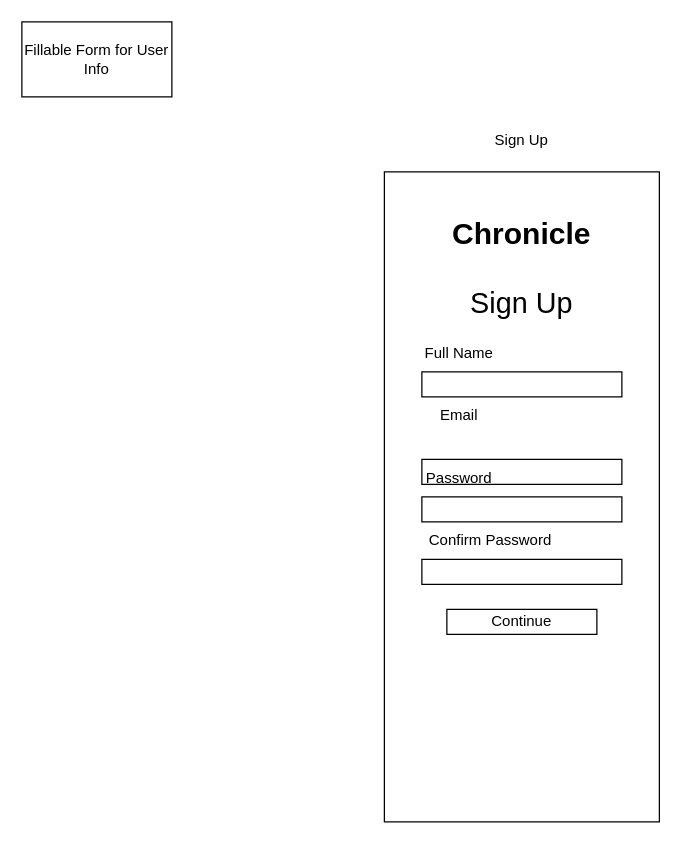
The draw.io diagram page "SignUp" (3 of 14) of Chronicle_Initial_App_Wireframe_Designs.drawio in Vaibhav-G-Parmar/Chronicle-Your-Ultimate-Travel-Companion, before the edit. Source tidied: cells renumbered, new cells numbered last; positions are measured from the earlier drawing's top-left corner, leaving out a move shared by most shapes. Both pictures are drawn from the tidied source at 125%, with x=0, y=0 at pixel (21, 21).
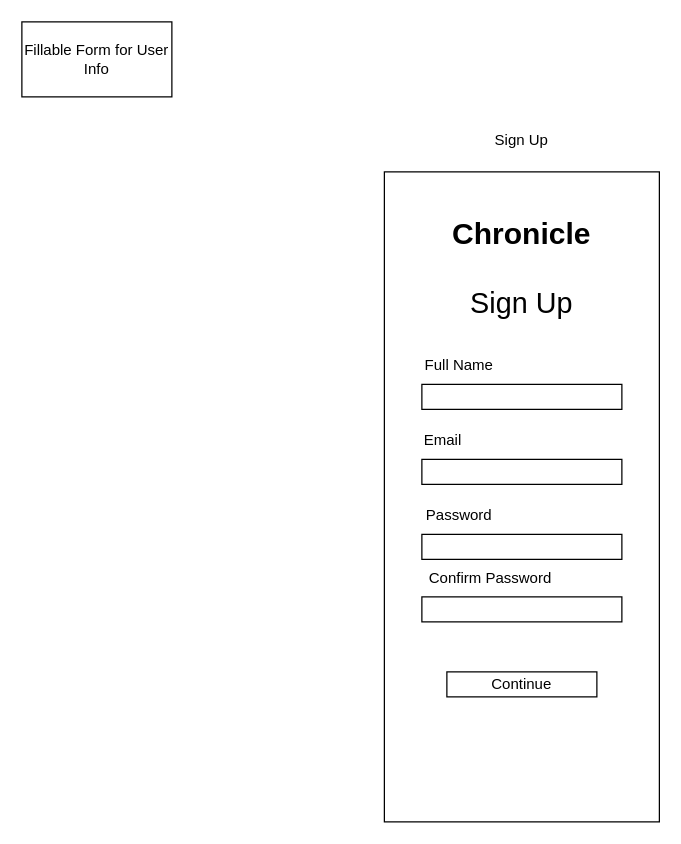
Above is the later version.

The edit, as a diff of the source:
```diff
@@
 <mxGraphModel>
   <root>
     <mxCell id="0" />
     <mxCell id="1" parent="0" />
     <mxCell id="2" value="Fillable Form for User Info" style="whiteSpace=wrap;html=1;" parent="1" vertex="1">
       <mxGeometry width="120" height="60" as="geometry" />
     </mxCell>
     <mxCell id="3" style="endArrow=none;html=1;rounded=0;" parent="1" edge="1">
       <mxGeometry relative="1" as="geometry">
         <mxPoint x="490" y="160" as="sourcePoint" />
         <mxPoint x="490" y="160" as="targetPoint" />
       </mxGeometry>
     </mxCell>
     <mxCell id="4" style="rounded=0;whiteSpace=wrap;html=1;" parent="1" vertex="1">
       <mxGeometry x="290" y="120" width="220" height="520" as="geometry" />
     </mxCell>
     <mxCell id="5" value="Sign Up" style="text;html=1;strokeColor=none;fillColor=none;align=center;verticalAlign=middle;whiteSpace=wrap;rounded=0;" parent="1" vertex="1">
       <mxGeometry x="370" y="80" width="60" height="30" as="geometry" />
     </mxCell>
     <mxCell id="6" style="rounded=0;whiteSpace=wrap;html=1;" parent="1" vertex="1">
       <mxGeometry x="320" y="350" width="160" height="20" as="geometry" />
     </mxCell>
     <mxCell id="7" style="rounded=0;whiteSpace=wrap;html=1;" parent="1" vertex="1">
-      <mxGeometry x="320" y="380" width="160" height="20" as="geometry" />
+      <mxGeometry x="320" y="410" width="160" height="20" as="geometry" />
     </mxCell>
-    <mxCell id="8" value="Email" style="text;html=1;strokeColor=none;fillColor=none;align=center;verticalAlign=middle;whiteSpace=wrap;rounded=0;" parent="1" vertex="1">
-      <mxGeometry x="320" y="300" width="60" height="30" as="geometry" />
+    <mxCell id="8" value="Email" style="text;html=1;strokeColor=none;fillColor=none;align=left;verticalAlign=middle;whiteSpace=wrap;rounded=0;" parent="1" vertex="1">
+      <mxGeometry x="320" y="320" width="60" height="30" as="geometry" />
     </mxCell>
     <mxCell id="9" value="Password" style="text;html=1;strokeColor=none;fillColor=none;align=center;verticalAlign=middle;whiteSpace=wrap;rounded=0;" parent="1" vertex="1">
-      <mxGeometry x="320" y="350" width="60" height="30" as="geometry" />
+      <mxGeometry x="320" y="380" width="60" height="30" as="geometry" />
     </mxCell>
     <mxCell id="10" value="&lt;font style=&quot;font-size: 23px;&quot;&gt;Sign Up&lt;/font&gt;" style="text;html=1;strokeColor=none;fillColor=none;align=center;verticalAlign=middle;whiteSpace=wrap;rounded=0;" parent="1" vertex="1">
       <mxGeometry x="355" y="210" width="90" height="30" as="geometry" />
     </mxCell>
     <mxCell id="11" value="Continue" style="rounded=0;whiteSpace=wrap;html=1;" parent="1" vertex="1">
-      <mxGeometry x="340" y="470" width="120" height="20" as="geometry" />
+      <mxGeometry x="340" y="520" width="120" height="20" as="geometry" />
     </mxCell>
     <mxCell id="12" style="rounded=0;whiteSpace=wrap;html=1;" parent="1" vertex="1">
-      <mxGeometry x="320" y="430" width="160" height="20" as="geometry" />
+      <mxGeometry x="320" y="460" width="160" height="20" as="geometry" />
     </mxCell>
     <mxCell id="13" value="Confirm Password" style="text;html=1;strokeColor=none;fillColor=none;align=center;verticalAlign=middle;whiteSpace=wrap;rounded=0;" parent="1" vertex="1">
-      <mxGeometry x="320" y="400" width="110" height="30" as="geometry" />
+      <mxGeometry x="320" y="430" width="110" height="30" as="geometry" />
     </mxCell>
     <mxCell id="14" style="rounded=0;whiteSpace=wrap;html=1;" parent="1" vertex="1">
-      <mxGeometry x="320" y="280" width="160" height="20" as="geometry" />
+      <mxGeometry x="320" y="290" width="160" height="20" as="geometry" />
     </mxCell>
     <mxCell id="15" value="Full Name" style="text;html=1;strokeColor=none;fillColor=none;align=center;verticalAlign=middle;whiteSpace=wrap;rounded=0;" parent="1" vertex="1">
-      <mxGeometry x="320" y="250" width="60" height="30" as="geometry" />
+      <mxGeometry x="320" y="260" width="60" height="30" as="geometry" />
     </mxCell>
     <mxCell id="16" value="&lt;h1&gt;Chronicle&lt;/h1&gt;&lt;p&gt;&lt;br&gt;&lt;/p&gt;" style="text;html=1;strokeColor=none;fillColor=none;spacing=5;spacingTop=-20;whiteSpace=wrap;overflow=hidden;rounded=0;align=center;" parent="1" vertex="1">
       <mxGeometry x="335" y="150" width="130" height="40" as="geometry" />
     </mxCell>
   </root>
 </mxGraphModel>
```
